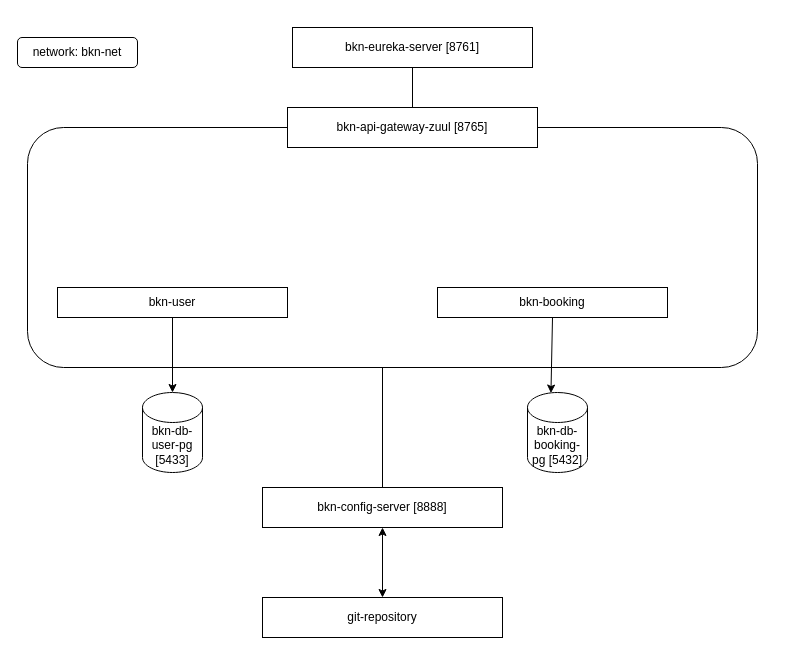
fernandooliveira19/bookings-architecture-diagram keeps this draw.io diagram as booking-ms-architecture.drawio. Above is the earlier version. Source tidied: cells renumbered, new cells numbered last; positions are measured from the earlier drawing's top-left corner, leaving out a move shared by most shapes. Both pictures are drawn from the tidied source at 100%, with x=0, y=0 at pixel (17, 27).
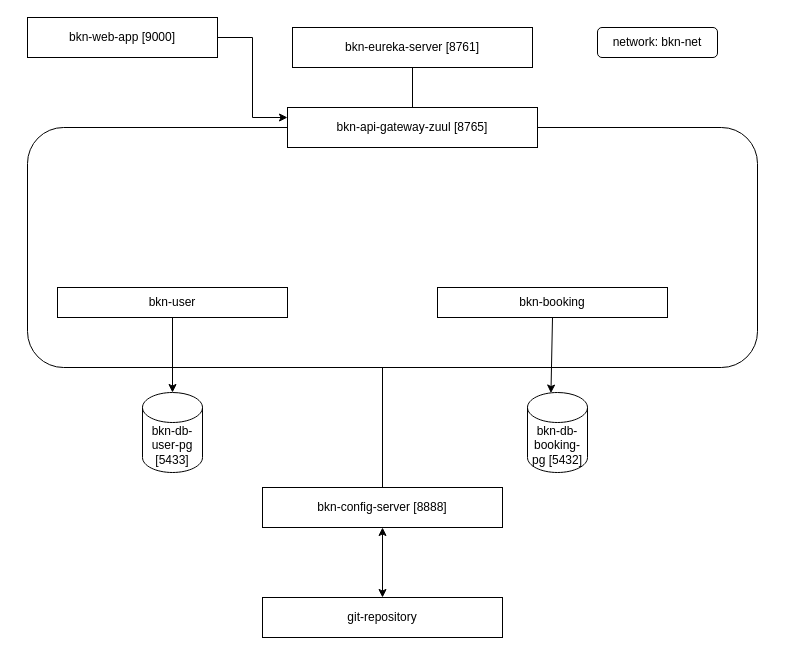
After the change.

Commit message (it also covers changes not shown here):
update draw Signed-off-by: Fernando Oliveira <fer.a.oliveira19@gmail.com>

Unchanged cells that the change refers to:
```xml
<mxCell id="11" value="bkn-api-gateway-zuul [8765]" style="rounded=0;whiteSpace=wrap;html=1;" parent="10" vertex="1">
  <mxGeometry x="260" width="250" height="40" as="geometry" />
</mxCell>
```

Change to the diagram source:
```diff
@@
     <mxCell id="20" value="network: bkn-net" style="rounded=1;whiteSpace=wrap;html=1;" parent="1" vertex="1">
-      <mxGeometry y="10" width="120" height="30" as="geometry" />
+      <mxGeometry x="580" width="120" height="30" as="geometry" />
     </mxCell>
+    <mxCell id="21" style="edgeStyle=orthogonalEdgeStyle;rounded=0;jettySize=auto;html=1;entryX=0;entryY=0.25;entryDx=0;entryDy=0;" parent="1" edge="1" source="22" target="11">
+      <mxGeometry relative="1" as="geometry" />
+    </mxCell>
+    <mxCell id="22" value="bkn-web-app [9000]" style="rounded=0;whiteSpace=wrap;html=1;" parent="1" vertex="1">
+      <mxGeometry x="10" y="-10" width="190" height="40" as="geometry" />
+    </mxCell>
```
